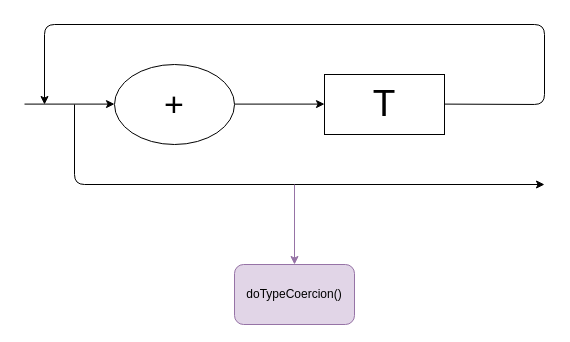
Above: grafosSintaticos/semanticRules/r_sr.drawio in AdrianoII/gccc (draw.io), before the change. Source tidied: cells renumbered, new cells numbered last; positions are measured from the earlier drawing's top-left corner, leaving out a move shared by most shapes. Both pictures are drawn from the tidied source at 100%, with x=0, y=0 at pixel (24, 24).
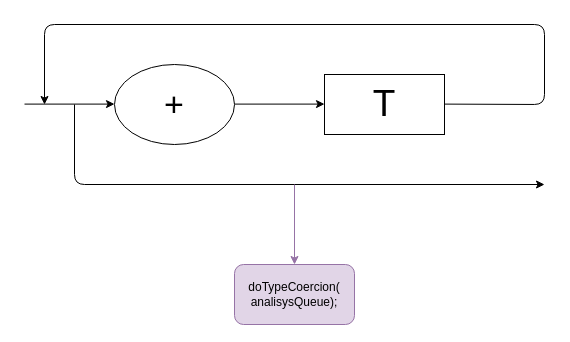
The same page after the edit.

Diff of the diagram source:
```diff
@@
 <mxGraphModel>
   <root>
     <mxCell id="0" />
     <mxCell id="1" parent="0" />
     <mxCell id="2" style="group;" parent="1" vertex="1">
       <mxGeometry width="520" height="160" as="geometry" />
     </mxCell>
     <mxCell id="3" style="group;" parent="2" vertex="1">
       <mxGeometry width="520" height="160" as="geometry" />
     </mxCell>
     <mxCell id="4" style="endArrow=classic;html=1;entryX=0;entryY=0.5;entryDx=0;entryDy=0;" parent="3" edge="1">
       <mxGeometry relative="1" as="geometry">
         <mxPoint y="79.6" as="sourcePoint" />
         <mxPoint x="90" y="79.6" as="targetPoint" />
       </mxGeometry>
     </mxCell>
     <mxCell id="5" value="&lt;font style=&quot;font-size: 37px&quot;&gt;T&lt;/font&gt;" style="rounded=0;whiteSpace=wrap;html=1;" parent="3" vertex="1">
       <mxGeometry x="300" y="50" width="120" height="60" as="geometry" />
     </mxCell>
     <mxCell id="6" style="endArrow=classic;html=1;" parent="3" edge="1">
       <mxGeometry relative="1" as="geometry">
         <mxPoint x="420" y="79.6" as="sourcePoint" />
         <mxPoint x="20" y="80" as="targetPoint" />
         <Array as="points">
           <mxPoint x="520" y="80" />
           <mxPoint x="520" />
           <mxPoint x="20" />
         </Array>
       </mxGeometry>
     </mxCell>
     <mxCell id="7" style="endArrow=classic;html=1;entryX=0;entryY=0.5;entryDx=0;entryDy=0;" parent="3" edge="1">
       <mxGeometry relative="1" as="geometry">
         <mxPoint x="210" y="79.6" as="sourcePoint" />
         <mxPoint x="300" y="79.6" as="targetPoint" />
       </mxGeometry>
     </mxCell>
     <mxCell id="8" value="&lt;span style=&quot;font-size: 34px&quot;&gt;+&lt;/span&gt;" style="ellipse;whiteSpace=wrap;html=1;" parent="3" vertex="1">
       <mxGeometry x="90" y="40" width="120" height="80" as="geometry" />
     </mxCell>
     <mxCell id="9" style="endArrow=classic;html=1;" parent="3" edge="1">
       <mxGeometry relative="1" as="geometry">
         <mxPoint x="50" y="80" as="sourcePoint" />
         <mxPoint x="520" y="160" as="targetPoint" />
         <Array as="points">
           <mxPoint x="50" y="160" />
         </Array>
       </mxGeometry>
     </mxCell>
-    <mxCell id="10" value="doTypeCoercion()" style="rounded=1;whiteSpace=wrap;html=1;fillColor=#e1d5e7;strokeColor=#9673a6;" parent="1" vertex="1">
+    <mxCell id="10" value="doTypeCoercion(&lt;br&gt;analisysQueue);" style="rounded=1;whiteSpace=wrap;html=1;fillColor=#e1d5e7;strokeColor=#9673a6;" parent="1" vertex="1">
       <mxGeometry x="210" y="240" width="120" height="60" as="geometry" />
     </mxCell>
     <mxCell id="11" style="endArrow=classic;html=1;fillColor=#e1d5e7;strokeColor=#9673a6;entryX=0.5;entryY=0;entryDx=0;entryDy=0;" parent="1" edge="1" target="10">
       <mxGeometry relative="1" as="geometry">
         <mxPoint x="270" y="160" as="sourcePoint" />
       </mxGeometry>
     </mxCell>
   </root>
 </mxGraphModel>
```
